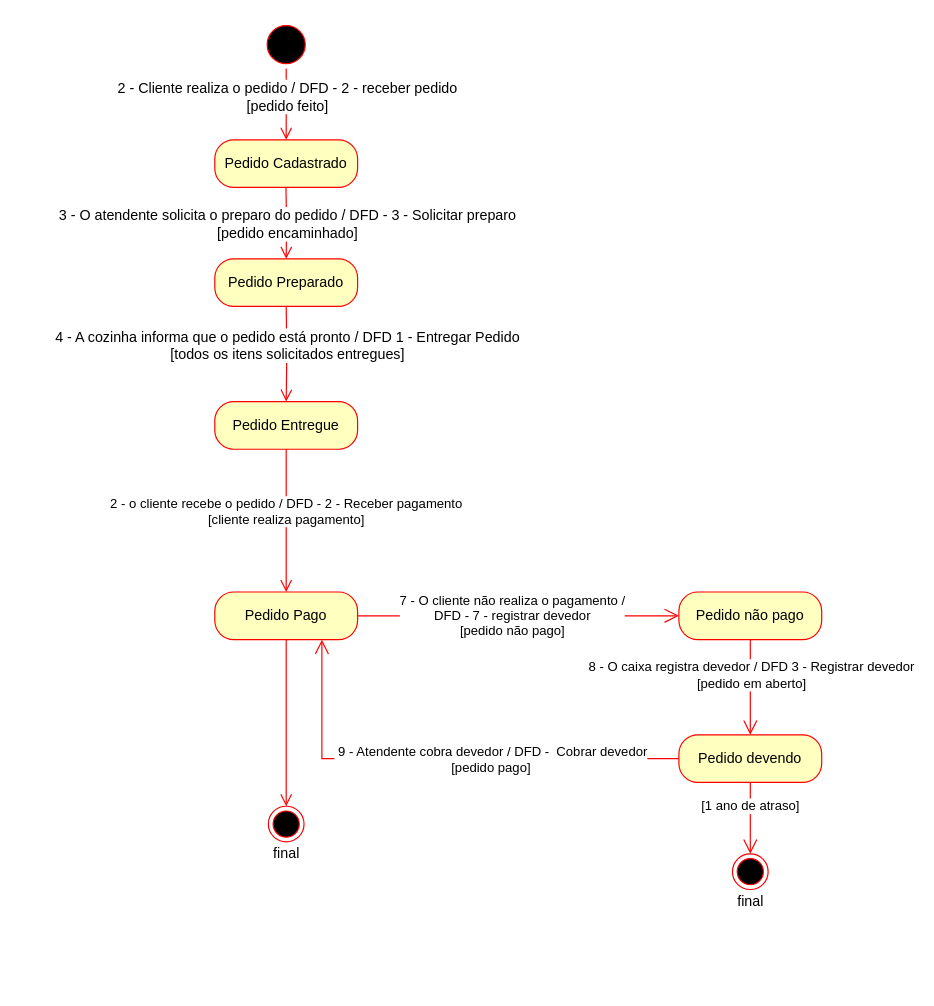
This is docs/ARTEFATOS(15-23)/ATENDIMENTO/ENTREGAR_PEDIDO/cicloDeVidaPedido.drawio from Darienzo08/ope_ads, a draw.io file, before an edit. Source tidied: cells renumbered, new cells numbered last; positions are measured from the earlier drawing's top-left corner, leaving out a move shared by most shapes. Both pictures are drawn from the tidied source at 119%, with x=0, y=0 at pixel (214, 20).
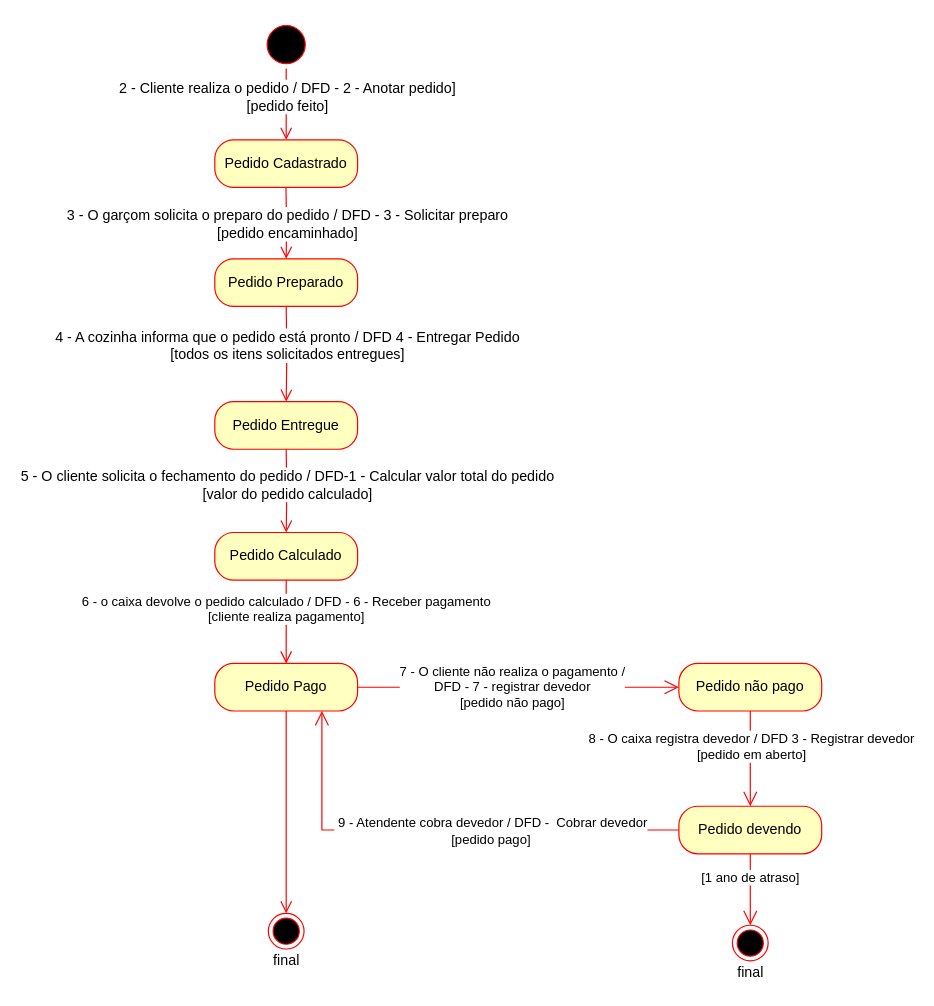
The same page after the edit.

Commit message (it also covers changes not shown here):
correcao do ciclo de vida em entregar pedido

The change refers to these unchanged cells:
```xml
<mxCell id="4" style="edgeStyle=orthogonalEdgeStyle;html=1;verticalAlign=bottom;endArrow=open;endSize=8;strokeColor=#ff0000;" parent="1" edge="1" source="3" target="6">
  <mxGeometry relative="1" as="geometry">
    <Array as="points">
      <mxPoint x="60" y="110" />
    </Array>
  </mxGeometry>
</mxCell>
<mxCell id="9" value="Pedido Entregue" style="rounded=1;whiteSpace=wrap;html=1;arcSize=40;fontColor=#000000;fillColor=#ffffc0;strokeColor=#ff0000;" parent="1" vertex="1">
  <mxGeometry y="320" width="120" height="40" as="geometry" />
</mxCell>
<mxCell id="10" style="edgeStyle=orthogonalEdgeStyle;html=1;verticalAlign=bottom;endArrow=open;endSize=8;strokeColor=#ff0000;entryX=0.5;entryY=0;entryDx=0;entryDy=0;" parent="1" edge="1" target="9">
  <mxGeometry relative="1" as="geometry">
    <mxPoint x="60" y="240" as="sourcePoint" />
  </mxGeometry>
</mxCell>
```

Diff of the diagram source:
```diff
@@
     <mxCell id="2" style="ellipse;html=1;shape=endState;fillColor=#000000;strokeColor=#ff0000;" parent="1" vertex="1">
-      <mxGeometry x="45" y="660" width="30" height="30" as="geometry" />
+      <mxGeometry x="45" y="750" width="30" height="30" as="geometry" />
     </mxCell>
@@
-    <mxCell id="5" value="2 - Cliente realiza o pedido / DFD - 2 - receber pedido&lt;br&gt;[pedido feito]" style="text;html=1;align=center;verticalAlign=middle;labelBackgroundColor=#ffffff;" parent="4" vertex="1">
+    <mxCell id="5" value="2 - Cliente realiza o pedido / DFD - 2 - Anotar pedido]&lt;br&gt;[pedido feito]" style="text;html=1;align=center;verticalAlign=middle;labelBackgroundColor=#ffffff;" parent="4" vertex="1">
       <mxGeometry x="1" y="37" relative="1" as="geometry">
         <mxPoint x="-37" y="-37" as="offset" />
       </mxGeometry>
     </mxCell>
@@
-    <mxCell id="11" value="4 - A cozinha informa que o pedido está pronto / DFD 1 - Entregar Pedido&lt;br&gt;[todos os itens solicitados entregues]" style="text;html=1;align=center;verticalAlign=middle;labelBackgroundColor=#ffffff;" parent="10" vertex="1">
+    <mxCell id="11" value="4 - A cozinha informa que o pedido está pronto / DFD 4 - Entregar Pedido&lt;br&gt;[todos os itens solicitados entregues]" style="text;html=1;align=center;verticalAlign=middle;labelBackgroundColor=#ffffff;" parent="10" vertex="1">
       <mxGeometry x="-0.23" relative="1" as="geometry">
         <mxPoint y="1.4" as="offset" />
       </mxGeometry>
     </mxCell>
+    <mxCell id="27" style="edgeStyle=orthogonalEdgeStyle;html=1;verticalAlign=bottom;endArrow=open;endSize=8;strokeColor=#ff0000;entryX=0.5;entryY=0;entryDx=0;entryDy=0;" parent="1" edge="1" target="29">
+      <mxGeometry relative="1" as="geometry">
+        <mxPoint x="60" y="360" as="sourcePoint" />
+      </mxGeometry>
+    </mxCell>
+    <mxCell id="28" value="5 - O cliente solicita o fechamento do pedido / DFD-1 - Calcular valor total do pedido&lt;br&gt;[valor do pedido calculado]" style="text;html=1;align=center;verticalAlign=middle;labelBackgroundColor=#ffffff;" parent="27" vertex="1">
+      <mxGeometry y="10" relative="1" as="geometry">
+        <mxPoint x="-10" y="-5.2" as="offset" />
+      </mxGeometry>
+    </mxCell>
     <mxCell id="12" value="Pedido Pago" style="rounded=1;whiteSpace=wrap;html=1;arcSize=40;fontColor=#000000;fillColor=#ffffc0;strokeColor=#ff0000;" parent="1" vertex="1">
-      <mxGeometry y="480" width="120" height="40" as="geometry" />
+      <mxGeometry y="540" width="120" height="40" as="geometry" />
     </mxCell>
     <mxCell id="13" style="edgeStyle=orthogonalEdgeStyle;html=1;verticalAlign=bottom;endArrow=open;endSize=8;strokeColor=#ff0000;exitX=0.5;exitY=1;exitDx=0;exitDy=0;entryX=0.5;entryY=0;entryDx=0;entryDy=0;" parent="1" edge="1" source="12" target="2">
-      <mxGeometry x="0.41" relative="1" as="geometry" />
+      <mxGeometry relative="1" as="geometry" />
     </mxCell>
-    <mxCell id="14" value="3 - O atendente solicita o preparo do pedido / DFD - 3 - Solicitar preparo&lt;br&gt;[pedido encaminhado]" style="text;html=1;align=center;verticalAlign=middle;labelBackgroundColor=#ffffff;" parent="1" vertex="1">
+    <mxCell id="14" value="3 - O garçom solicita o preparo do pedido / DFD - 3 - Solicitar preparo&lt;br&gt;[pedido encaminhado]" style="text;html=1;align=center;verticalAlign=middle;labelBackgroundColor=#ffffff;" parent="1" vertex="1">
       <mxGeometry x="60" y="170" as="geometry" />
     </mxCell>
+    <mxCell id="29" value="Pedido Calculado" style="rounded=1;whiteSpace=wrap;html=1;arcSize=40;fontColor=#000000;fillColor=#ffffc0;strokeColor=#ff0000;" parent="1" vertex="1">
+      <mxGeometry y="430" width="120" height="40" as="geometry" />
+    </mxCell>
@@
-    <mxCell id="16" value="2 - o cliente recebe o pedido / DFD - 2 - Receber pagamento&lt;br&gt;[cliente realiza pagamento]" style="edgeStyle=orthogonalEdgeStyle;html=1;verticalAlign=bottom;endArrow=open;endSize=8;strokeColor=#ff0000;entryX=0.5;entryY=0;entryDx=0;entryDy=0;exitX=0.5;exitY=1;exitDx=0;exitDy=0;" parent="1" edge="1" source="9" target="12">
-      <mxGeometry x="0.14" relative="1" as="geometry" />
+    <mxCell id="16" value="6 - o caixa devolve o pedido calculado / DFD - 6 - Receber pagamento&lt;br&gt;[cliente realiza pagamento]" style="edgeStyle=orthogonalEdgeStyle;html=1;verticalAlign=bottom;endArrow=open;endSize=8;strokeColor=#ff0000;entryX=0.5;entryY=0;entryDx=0;entryDy=0;" parent="1" edge="1">
+      <mxGeometry x="0.14" relative="1" as="geometry">
+        <mxPoint x="60" y="470" as="sourcePoint" />
+        <mxPoint x="60" y="540" as="targetPoint" />
+      </mxGeometry>
     </mxCell>
@@
     <mxCell id="19" value="Pedido não pago" style="rounded=1;whiteSpace=wrap;html=1;arcSize=40;fontColor=#000000;fillColor=#ffffc0;strokeColor=#ff0000;" parent="1" vertex="1">
-      <mxGeometry x="390" y="480" width="120" height="40" as="geometry" />
+      <mxGeometry x="390" y="540" width="120" height="40" as="geometry" />
     </mxCell>
     <mxCell id="20" style="ellipse;html=1;shape=endState;fillColor=#000000;strokeColor=#ff0000;" parent="1" vertex="1">
-      <mxGeometry x="435" y="700" width="30" height="30" as="geometry" />
+      <mxGeometry x="435" y="760" width="30" height="30" as="geometry" />
     </mxCell>
     <mxCell id="21" value="final" style="text;html=1;align=center;verticalAlign=middle;" parent="1" vertex="1">
-      <mxGeometry x="40" y="690" width="40" height="20" as="geometry" />
+      <mxGeometry x="40" y="780" width="40" height="20" as="geometry" />
     </mxCell>
     <mxCell id="22" value="final" style="text;html=1;align=center;verticalAlign=middle;" parent="1" vertex="1">
-      <mxGeometry x="430" y="730" width="40" height="20" as="geometry" />
+      <mxGeometry x="430" y="790" width="40" height="20" as="geometry" />
     </mxCell>
@@
     <mxCell id="26" value="Pedido devendo" style="rounded=1;whiteSpace=wrap;html=1;arcSize=40;fontColor=#000000;fillColor=#ffffc0;strokeColor=#ff0000;" parent="1" vertex="1">
-      <mxGeometry x="390" y="600" width="120" height="40" as="geometry" />
+      <mxGeometry x="390" y="660" width="120" height="40" as="geometry" />
     </mxCell>
```
